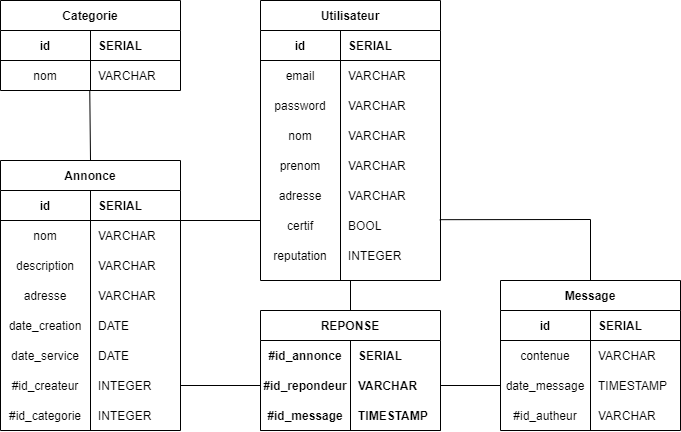
SkavenWannabe/ArtEntraide keeps this draw.io diagram as Conception/BDD/Schema-relationnel-BDD.png. Above is the earlier version. Source tidied: cells renumbered, new cells last; positions are measured from the earlier drawing's top-left corner, leaving out a move shared by most shapes.
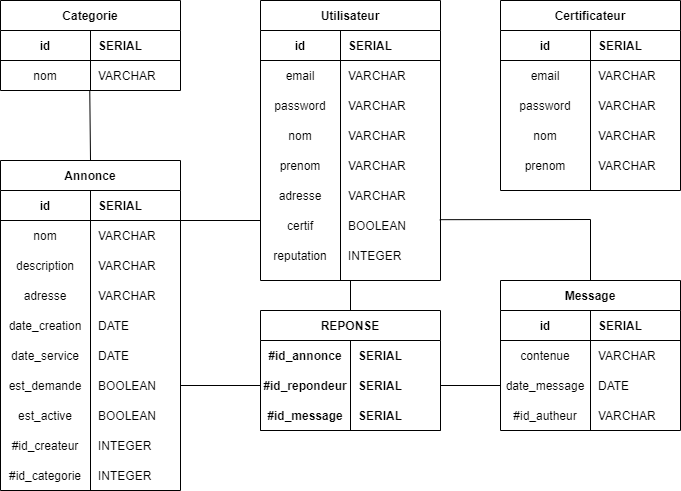
Later version of the same file.

What changed in the source:
```diff
@@ -65,7 +65,7 @@
     <mxCell id="22" value="certif" style="shape=partialRectangle;fillColor=none;top=0;left=0;bottom=0;right=0;fontStyle=0;overflow=hidden;" parent="21" vertex="1">
       <mxGeometry width="80" height="30" as="geometry" />
     </mxCell>
-    <mxCell id="23" value="BOOL" style="shape=partialRectangle;fillColor=none;top=0;left=0;bottom=0;right=0;align=left;spacingLeft=6;fontStyle=0;overflow=hidden;" parent="21" vertex="1">
+    <mxCell id="23" value="BOOLEAN" style="shape=partialRectangle;fillColor=none;top=0;left=0;bottom=0;right=0;align=left;spacingLeft=6;fontStyle=0;overflow=hidden;" parent="21" vertex="1">
       <mxGeometry x="80" width="100" height="30" as="geometry" />
     </mxCell>
     <mxCell id="24" style="shape=partialRectangle;fillColor=none;top=0;left=0;bottom=0;right=0;" parent="2" vertex="1">
@@ -78,7 +78,7 @@
       <mxGeometry x="80" width="100" height="30" as="geometry" />
     </mxCell>
     <mxCell id="27" value="Annonce" style="shape=table;startSize=30;rowLines=0;fontStyle=1;align=center;columnLines=1;resizeLastRow=0;" parent="1" vertex="1">
-      <mxGeometry y="160" width="180" height="270" as="geometry" />
+      <mxGeometry y="160" width="180" height="330" as="geometry" />
     </mxCell>
     <mxCell id="28" style="shape=partialRectangle;fillColor=none;top=0;left=0;bottom=1;right=0;" parent="27" vertex="1">
       <mxGeometry y="30" width="180" height="30" as="geometry" />
@@ -137,19 +137,19 @@
     <mxCell id="46" style="shape=partialRectangle;fillColor=none;top=0;left=0;bottom=0;right=0;points=[[0,0.5],[1,0.5]];portConstraint=eastwest;" parent="27" vertex="1">
       <mxGeometry y="210" width="180" height="30" as="geometry" />
     </mxCell>
-    <mxCell id="47" value="#id_createur" style="shape=partialRectangle;fillColor=none;top=0;left=0;bottom=0;right=0;fontStyle=0;overflow=hidden;" parent="46" vertex="1">
+    <mxCell id="47" value="est_demande" style="shape=partialRectangle;fillColor=none;top=0;left=0;bottom=0;right=0;fontStyle=0;overflow=hidden;" parent="46" vertex="1">
       <mxGeometry width="90" height="30" as="geometry" />
     </mxCell>
-    <mxCell id="48" value="INTEGER" style="shape=partialRectangle;fillColor=none;top=0;left=0;bottom=0;right=0;align=left;spacingLeft=6;fontStyle=0;overflow=hidden;" parent="46" vertex="1">
+    <mxCell id="48" value="BOOLEAN" style="shape=partialRectangle;fillColor=none;top=0;left=0;bottom=0;right=0;align=left;spacingLeft=6;fontStyle=0;overflow=hidden;" parent="46" vertex="1">
       <mxGeometry x="90" width="90" height="30" as="geometry" />
     </mxCell>
     <mxCell id="49" style="shape=partialRectangle;fillColor=none;top=0;left=0;bottom=0;right=0;" parent="27" vertex="1">
       <mxGeometry y="240" width="180" height="30" as="geometry" />
     </mxCell>
-    <mxCell id="50" value="#id_categorie" style="shape=partialRectangle;fillColor=none;top=0;left=0;bottom=0;right=0;fontStyle=0;overflow=hidden;" parent="49" vertex="1">
+    <mxCell id="50" value="est_active" style="shape=partialRectangle;fillColor=none;top=0;left=0;bottom=0;right=0;fontStyle=0;overflow=hidden;" parent="49" vertex="1">
       <mxGeometry width="90" height="30" as="geometry" />
     </mxCell>
-    <mxCell id="51" value="INTEGER" style="shape=partialRectangle;fillColor=none;top=0;left=0;bottom=0;right=0;align=left;spacingLeft=6;fontStyle=0;overflow=hidden;" parent="49" vertex="1">
+    <mxCell id="51" value="BOOLEAN" style="shape=partialRectangle;fillColor=none;top=0;left=0;bottom=0;right=0;align=left;spacingLeft=6;fontStyle=0;overflow=hidden;" parent="49" vertex="1">
       <mxGeometry x="90" width="90" height="30" as="geometry" />
     </mxCell>
     <mxCell id="52" value="Categorie" style="shape=table;startSize=30;rowLines=0;fontStyle=1;align=center;columnLines=1;resizeLastRow=0;" parent="1" vertex="1">
@@ -203,7 +203,7 @@
     <mxCell id="68" value="date_message" style="shape=partialRectangle;fillColor=none;top=0;left=0;bottom=0;right=0;fontStyle=0;overflow=hidden;" parent="67" vertex="1">
       <mxGeometry width="90" height="30" as="geometry" />
     </mxCell>
-    <mxCell id="69" value="TIMESTAMP" style="shape=partialRectangle;fillColor=none;top=0;left=0;bottom=0;right=0;align=left;spacingLeft=6;fontStyle=0;overflow=hidden;" parent="67" vertex="1">
+    <mxCell id="69" value="DATE" style="shape=partialRectangle;fillColor=none;top=0;left=0;bottom=0;right=0;align=left;spacingLeft=6;fontStyle=0;overflow=hidden;" parent="67" vertex="1">
       <mxGeometry x="90" width="90" height="30" as="geometry" />
     </mxCell>
     <mxCell id="70" style="shape=partialRectangle;fillColor=none;top=0;left=0;bottom=0;right=0;" parent="60" vertex="1">
@@ -233,7 +233,7 @@
     <mxCell id="78" value="#id_repondeur" style="shape=partialRectangle;fillColor=none;top=0;left=0;bottom=0;right=0;fontStyle=1;overflow=hidden;" parent="77" vertex="1">
       <mxGeometry width="90" height="30" as="geometry" />
     </mxCell>
-    <mxCell id="79" value="VARCHAR" style="shape=partialRectangle;fillColor=none;top=0;left=0;bottom=0;right=0;align=left;spacingLeft=6;overflow=hidden;perimeterSpacing=2;fontStyle=1;" parent="77" vertex="1">
+    <mxCell id="79" value="SERIAL" style="shape=partialRectangle;fillColor=none;top=0;left=0;bottom=0;right=0;align=left;spacingLeft=6;overflow=hidden;perimeterSpacing=2;fontStyle=1;" parent="77" vertex="1">
       <mxGeometry x="90" width="90" height="30" as="geometry" />
     </mxCell>
     <mxCell id="80" style="shape=partialRectangle;fillColor=none;top=0;left=0;bottom=1;right=0;" parent="73" vertex="1">
@@ -242,7 +242,7 @@
     <mxCell id="81" value="#id_message" style="shape=partialRectangle;fillColor=none;top=0;left=0;bottom=0;right=0;fontStyle=1;overflow=hidden;perimeterSpacing=2;" parent="80" vertex="1">
       <mxGeometry width="90" height="30" as="geometry" />
     </mxCell>
-    <mxCell id="82" value="TIMESTAMP" style="shape=partialRectangle;fillColor=none;top=0;left=0;bottom=0;right=0;align=left;spacingLeft=6;fontStyle=1;overflow=hidden;perimeterSpacing=2;" parent="80" vertex="1">
+    <mxCell id="82" value="SERIAL" style="shape=partialRectangle;fillColor=none;top=0;left=0;bottom=0;right=0;align=left;spacingLeft=6;fontStyle=1;overflow=hidden;perimeterSpacing=2;" parent="80" vertex="1">
       <mxGeometry x="90" width="90" height="30" as="geometry" />
     </mxCell>
     <mxCell id="83" style="endArrow=none;html=1;exitX=1;exitY=0.5;exitDx=0;exitDy=0;entryX=0;entryY=0.5;entryDx=0;entryDy=0;" parent="1" edge="1" source="46" target="77">
@@ -267,5 +267,71 @@
         <mxPoint x="260" y="220" as="targetPoint" />
       </mxGeometry>
     </mxCell>
+    <mxCell id="88" value="Certificateur" style="shape=table;startSize=30;rowLines=0;fontStyle=1;align=center;columnLines=1;resizeLastRow=0;" parent="1" vertex="1">
+      <mxGeometry x="500" width="180" height="190" as="geometry" />
+    </mxCell>
+    <mxCell id="89" style="shape=partialRectangle;fillColor=none;top=0;left=0;bottom=1;right=0;" parent="88" vertex="1">
+      <mxGeometry y="30" width="180" height="30" as="geometry" />
+    </mxCell>
+    <mxCell id="90" value="id" style="shape=partialRectangle;fillColor=none;top=0;left=0;bottom=0;right=0;fontStyle=1;overflow=hidden;" parent="89" vertex="1">
+      <mxGeometry width="90" height="30" as="geometry" />
+    </mxCell>
+    <mxCell id="91" value="SERIAL" style="shape=partialRectangle;fillColor=none;top=0;left=0;bottom=0;right=0;align=left;spacingLeft=6;fontStyle=1;overflow=hidden;" parent="89" vertex="1">
+      <mxGeometry x="90" width="90" height="30" as="geometry" />
+    </mxCell>
+    <mxCell id="92" style="shape=partialRectangle;fillColor=none;top=0;left=0;bottom=0;right=0;" parent="88" vertex="1">
+      <mxGeometry y="60" width="180" height="30" as="geometry" />
+    </mxCell>
+    <mxCell id="93" value="email" style="shape=partialRectangle;fillColor=none;top=0;left=0;bottom=0;right=0;overflow=hidden;" parent="92" vertex="1">
+      <mxGeometry width="90" height="30" as="geometry" />
+    </mxCell>
+    <mxCell id="94" value="VARCHAR" style="shape=partialRectangle;fillColor=none;top=0;left=0;bottom=0;right=0;align=left;spacingLeft=6;overflow=hidden;" parent="92" vertex="1">
+      <mxGeometry x="90" width="90" height="30" as="geometry" />
+    </mxCell>
+    <mxCell id="95" style="shape=partialRectangle;fillColor=none;top=0;left=0;bottom=0;right=0;" parent="88" vertex="1">
+      <mxGeometry y="90" width="180" height="30" as="geometry" />
+    </mxCell>
+    <mxCell id="96" value="password" style="shape=partialRectangle;fillColor=none;top=0;left=0;bottom=0;right=0;overflow=hidden;" parent="95" vertex="1">
+      <mxGeometry width="90" height="30" as="geometry" />
+    </mxCell>
+    <mxCell id="97" value="VARCHAR" style="shape=partialRectangle;fillColor=none;top=0;left=0;bottom=0;right=0;align=left;spacingLeft=6;overflow=hidden;" parent="95" vertex="1">
+      <mxGeometry x="90" width="90" height="30" as="geometry" />
+    </mxCell>
+    <mxCell id="98" style="shape=partialRectangle;fillColor=none;top=0;left=0;bottom=0;right=0;" parent="88" vertex="1">
+      <mxGeometry y="120" width="180" height="30" as="geometry" />
+    </mxCell>
+    <mxCell id="99" value="nom" style="shape=partialRectangle;fillColor=none;top=0;left=0;bottom=0;right=0;overflow=hidden;" parent="98" vertex="1">
+      <mxGeometry width="90" height="30" as="geometry" />
+    </mxCell>
+    <mxCell id="100" value="VARCHAR" style="shape=partialRectangle;fillColor=none;top=0;left=0;bottom=0;right=0;align=left;spacingLeft=6;overflow=hidden;" parent="98" vertex="1">
+      <mxGeometry x="90" width="90" height="30" as="geometry" />
+    </mxCell>
+    <mxCell id="101" style="shape=partialRectangle;fillColor=none;top=0;left=0;bottom=0;right=0;" parent="88" vertex="1">
+      <mxGeometry y="150" width="180" height="30" as="geometry" />
+    </mxCell>
+    <mxCell id="102" value="prenom" style="shape=partialRectangle;fillColor=none;top=0;left=0;bottom=0;right=0;fontStyle=0;overflow=hidden;" parent="101" vertex="1">
+      <mxGeometry width="90" height="30" as="geometry" />
+    </mxCell>
+    <mxCell id="103" value="VARCHAR" style="shape=partialRectangle;fillColor=none;top=0;left=0;bottom=0;right=0;align=left;spacingLeft=6;fontStyle=0;overflow=hidden;" parent="101" vertex="1">
+      <mxGeometry x="90" width="90" height="30" as="geometry" />
+    </mxCell>
+    <mxCell id="104" style="shape=partialRectangle;fillColor=none;top=0;left=0;bottom=0;right=0;" parent="1" vertex="1">
+      <mxGeometry y="460" width="180" height="30" as="geometry" />
+    </mxCell>
+    <mxCell id="105" value="#id_categorie" style="shape=partialRectangle;fillColor=none;top=0;left=0;bottom=0;right=0;fontStyle=0;overflow=hidden;" parent="104" vertex="1">
+      <mxGeometry width="90" height="30" as="geometry" />
+    </mxCell>
+    <mxCell id="106" value="INTEGER" style="shape=partialRectangle;fillColor=none;top=0;left=0;bottom=0;right=0;align=left;spacingLeft=6;fontStyle=0;overflow=hidden;" parent="104" vertex="1">
+      <mxGeometry x="90" width="90" height="30" as="geometry" />
+    </mxCell>
+    <mxCell id="107" style="shape=partialRectangle;fillColor=none;top=0;left=0;bottom=0;right=0;" parent="1" vertex="1">
+      <mxGeometry y="430" width="180" height="30" as="geometry" />
+    </mxCell>
+    <mxCell id="108" value="#id_createur" style="shape=partialRectangle;fillColor=none;top=0;left=0;bottom=0;right=0;fontStyle=0;overflow=hidden;" parent="107" vertex="1">
+      <mxGeometry width="90" height="30" as="geometry" />
+    </mxCell>
+    <mxCell id="109" value="INTEGER" style="shape=partialRectangle;fillColor=none;top=0;left=0;bottom=0;right=0;align=left;spacingLeft=6;fontStyle=0;overflow=hidden;" parent="107" vertex="1">
+      <mxGeometry x="90" width="90" height="30" as="geometry" />
+    </mxCell>
   </root>
 </mxGraphModel>
```
